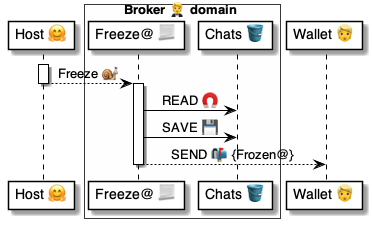
The PlantUML diagram 4 ⚙️ Solution/20 🧑‍🦰 UI/Brokers 🤵/🤵🅰️ Broker methods/Chats 💬 Freeze 🤗🐌🤵/🤵 Freeze ⚙️ uml.png in pollyweb-org/pollyweb-docs, before a commit. Its source is kept beside it as 4 ⚙️ Solution/20 🧑‍🦰 UI/Brokers 🤵/🤵🅰️ Broker methods/Chats 💬 Freeze 🤗🐌🤵/🤵 Freeze ⚙️ uml.puml. The source it was exported from:
```plantuml
@startuml Freeze@Broker

participant "Host 🤗" as host

box Broker 🤵 domain #FFFFFA
    participant "Freeze@ 📃" as broker
    participant "Chats 🪣" as chats
end box

participant "Wallet 👱" as wallet


activate host
    host --> broker: Freeze 🐌
deactivate host

activate broker
    broker -> chats: READ 🧲
    broker -> chats: SAVE 💾
    broker --> wallet: SEND 📬 {Frozen@}
deactivate broker



@enduml
```
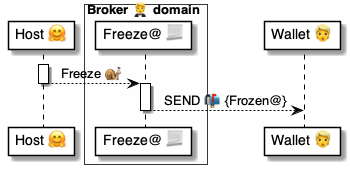
The same file after the commit.

The edit, as a diff of the source:
```diff
@@ -4,7 +4,6 @@
 
 box Broker 🤵 domain #FFFFFA
     participant "Freeze@ 📃" as broker
-    participant "Chats 🪣" as chats
 end box
 
 participant "Wallet 👱" as wallet
@@ -15,8 +14,6 @@
 deactivate host
 
 activate broker
-    broker -> chats: READ 🧲
-    broker -> chats: SAVE 💾
     broker --> wallet: SEND 📬 {Frozen@}
 deactivate broker
 
```
